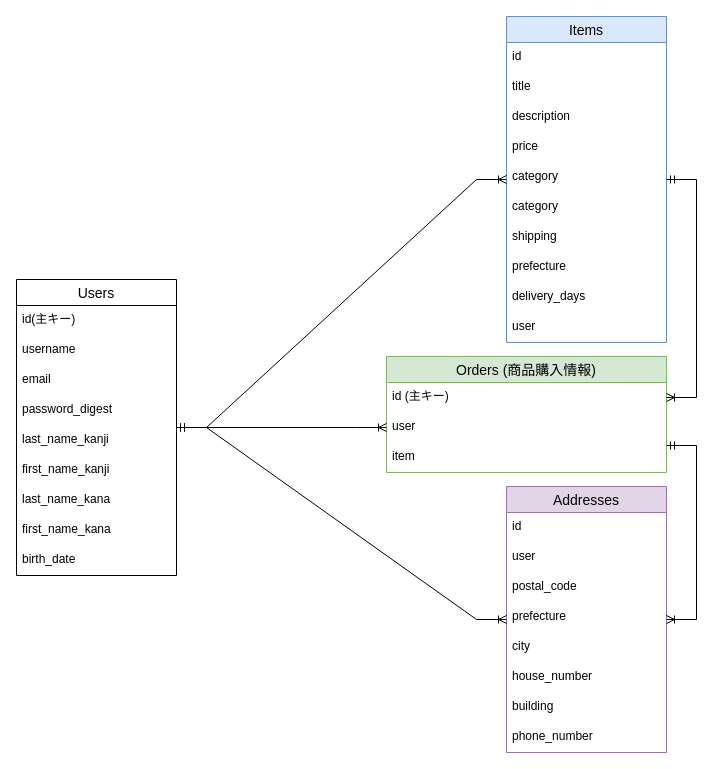
IP-C/furima-39441-d keeps this draw.io diagram as test.dio. Above is the earlier version. Source tidied: cells renumbered, new cells numbered last; positions are measured from the earlier drawing's top-left corner, leaving out a move shared by most shapes. Both pictures are drawn from the tidied source at 100%, with x=0, y=0 at pixel (16, 16).
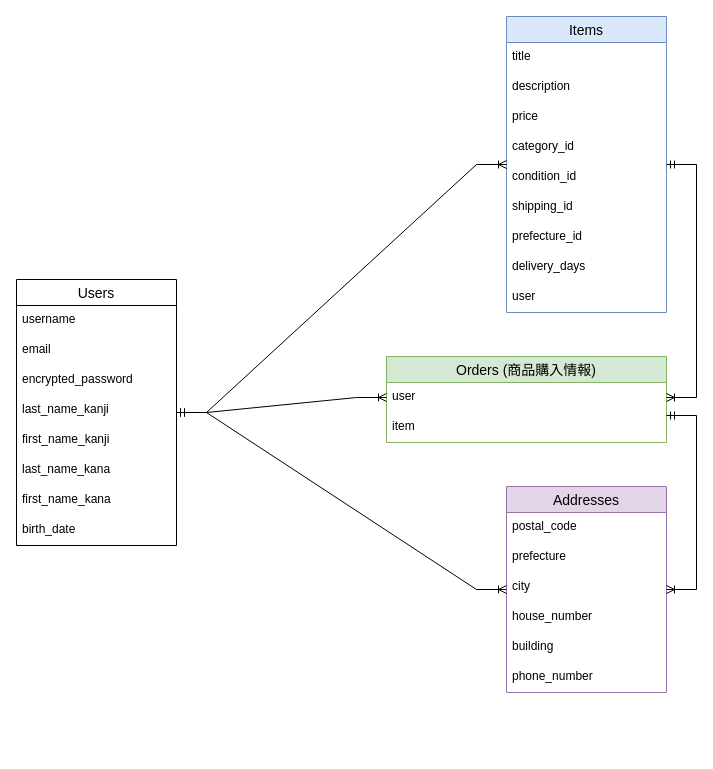
After the change.

Diff of the diagram source:
```diff
@@
     <mxCell id="2" value="Users" style="swimlane;fontStyle=0;horizontal=1;startSize=26;align=center;fontSize=14;" parent="1" vertex="1">
-      <mxGeometry y="263" width="160" height="296" as="geometry" />
+      <mxGeometry y="263" width="160" height="266" as="geometry" />
     </mxCell>
-    <mxCell id="3" value="id(主キー)" style="text;strokeColor=none;fillColor=none;spacingLeft=4;spacingRight=4;overflow=hidden;fontSize=12;" parent="2" vertex="1">
-      <mxGeometry y="26" width="160" height="30" as="geometry" />
-    </mxCell>
     <mxCell id="4" value="username" style="text;strokeColor=none;fillColor=none;spacingLeft=4;spacingRight=4;overflow=hidden;fontSize=12;" parent="2" vertex="1">
-      <mxGeometry y="56" width="160" height="30" as="geometry" />
+      <mxGeometry y="26" width="160" height="30" as="geometry" />
     </mxCell>
     <mxCell id="5" value="email" style="text;strokeColor=none;fillColor=none;spacingLeft=4;spacingRight=4;overflow=hidden;fontSize=12;" parent="2" vertex="1">
-      <mxGeometry y="86" width="160" height="30" as="geometry" />
+      <mxGeometry y="56" width="160" height="30" as="geometry" />
     </mxCell>
-    <mxCell id="6" value="password_digest" style="text;strokeColor=none;fillColor=none;spacingLeft=4;spacingRight=4;overflow=hidden;fontSize=12;" parent="2" vertex="1">
-      <mxGeometry y="116" width="160" height="30" as="geometry" />
+    <mxCell id="6" value="encrypted_password" style="text;strokeColor=none;fillColor=none;spacingLeft=4;spacingRight=4;overflow=hidden;fontSize=12;" parent="2" vertex="1">
+      <mxGeometry y="86" width="160" height="30" as="geometry" />
     </mxCell>
     <mxCell id="7" value="last_name_kanji" style="text;strokeColor=none;fillColor=none;spacingLeft=4;spacingRight=4;overflow=hidden;fontSize=12;fontFamily=Helvetica;fontColor=default;" parent="2" vertex="1">
-      <mxGeometry y="146" width="160" height="30" as="geometry" />
+      <mxGeometry y="116" width="160" height="30" as="geometry" />
     </mxCell>
     <mxCell id="8" value="first_name_kanji" style="text;strokeColor=none;fillColor=none;spacingLeft=4;spacingRight=4;overflow=hidden;fontSize=12;fontFamily=Helvetica;fontColor=default;" parent="2" vertex="1">
-      <mxGeometry y="176" width="160" height="30" as="geometry" />
+      <mxGeometry y="146" width="160" height="30" as="geometry" />
     </mxCell>
     <mxCell id="9" value="last_name_kana" style="text;strokeColor=none;fillColor=none;spacingLeft=4;spacingRight=4;overflow=hidden;fontSize=12;fontFamily=Helvetica;fontColor=default;" parent="2" vertex="1">
-      <mxGeometry y="206" width="160" height="30" as="geometry" />
+      <mxGeometry y="176" width="160" height="30" as="geometry" />
     </mxCell>
     <mxCell id="10" value="first_name_kana" style="text;strokeColor=none;fillColor=none;spacingLeft=4;spacingRight=4;overflow=hidden;fontSize=12;fontFamily=Helvetica;fontColor=default;" parent="2" vertex="1">
-      <mxGeometry y="236" width="160" height="30" as="geometry" />
+      <mxGeometry y="206" width="160" height="30" as="geometry" />
     </mxCell>
     <mxCell id="11" value="birth_date" style="text;strokeColor=none;fillColor=none;spacingLeft=4;spacingRight=4;overflow=hidden;fontSize=12;fontFamily=Helvetica;fontColor=default;" parent="2" vertex="1">
-      <mxGeometry y="266" width="160" height="30" as="geometry" />
+      <mxGeometry y="236" width="160" height="30" as="geometry" />
     </mxCell>
     <mxCell id="12" value="Items" style="swimlane;fontStyle=0;horizontal=1;startSize=26;align=center;fontSize=14;fillColor=#dae8fc;strokeColor=#6c8ebf;" parent="1" vertex="1">
-      <mxGeometry x="490" width="160" height="326" as="geometry" />
+      <mxGeometry x="490" width="160" height="296" as="geometry" />
     </mxCell>
-    <mxCell id="13" value="id" style="text;strokeColor=none;fillColor=none;spacingLeft=4;spacingRight=4;overflow=hidden;fontSize=12;" parent="12" vertex="1">
-      <mxGeometry y="26" width="160" height="30" as="geometry" />
-    </mxCell>
     <mxCell id="14" value="title" style="text;strokeColor=none;fillColor=none;spacingLeft=4;spacingRight=4;overflow=hidden;fontSize=12;" parent="12" vertex="1">
-      <mxGeometry y="56" width="160" height="30" as="geometry" />
+      <mxGeometry y="26" width="160" height="30" as="geometry" />
     </mxCell>
     <mxCell id="15" value="description" style="text;strokeColor=none;fillColor=none;spacingLeft=4;spacingRight=4;overflow=hidden;fontSize=12;" parent="12" vertex="1">
-      <mxGeometry y="86" width="160" height="30" as="geometry" />
+      <mxGeometry y="56" width="160" height="30" as="geometry" />
     </mxCell>
     <mxCell id="16" value="price" style="text;strokeColor=none;fillColor=none;spacingLeft=4;spacingRight=4;overflow=hidden;fontSize=12;" parent="12" vertex="1">
-      <mxGeometry y="116" width="160" height="30" as="geometry" />
+      <mxGeometry y="86" width="160" height="30" as="geometry" />
     </mxCell>
-    <mxCell id="17" value="category" style="text;strokeColor=none;fillColor=none;spacingLeft=4;spacingRight=4;overflow=hidden;fontSize=12;fontFamily=Helvetica;fontColor=default;" parent="12" vertex="1">
-      <mxGeometry y="146" width="160" height="30" as="geometry" />
+    <mxCell id="17" value="category_id" style="text;strokeColor=none;fillColor=none;spacingLeft=4;spacingRight=4;overflow=hidden;fontSize=12;fontFamily=Helvetica;fontColor=default;" parent="12" vertex="1">
+      <mxGeometry y="116" width="160" height="30" as="geometry" />
     </mxCell>
-    <mxCell id="18" value="category" style="text;strokeColor=none;fillColor=none;spacingLeft=4;spacingRight=4;overflow=hidden;fontSize=12;fontFamily=Helvetica;fontColor=default;" parent="12" vertex="1">
-      <mxGeometry y="176" width="160" height="30" as="geometry" />
+    <mxCell id="18" value="condition_id" style="text;strokeColor=none;fillColor=none;spacingLeft=4;spacingRight=4;overflow=hidden;fontSize=12;fontFamily=Helvetica;fontColor=default;" parent="12" vertex="1">
+      <mxGeometry y="146" width="160" height="30" as="geometry" />
     </mxCell>
-    <mxCell id="19" value="shipping" style="text;strokeColor=none;fillColor=none;spacingLeft=4;spacingRight=4;overflow=hidden;fontSize=12;fontFamily=Helvetica;fontColor=default;" parent="12" vertex="1">
-      <mxGeometry y="206" width="160" height="30" as="geometry" />
+    <mxCell id="19" value="shipping_id" style="text;strokeColor=none;fillColor=none;spacingLeft=4;spacingRight=4;overflow=hidden;fontSize=12;fontFamily=Helvetica;fontColor=default;" parent="12" vertex="1">
+      <mxGeometry y="176" width="160" height="30" as="geometry" />
     </mxCell>
-    <mxCell id="20" value="prefecture" style="text;strokeColor=none;fillColor=none;spacingLeft=4;spacingRight=4;overflow=hidden;fontSize=12;fontFamily=Helvetica;fontColor=default;" parent="12" vertex="1">
-      <mxGeometry y="236" width="160" height="30" as="geometry" />
+    <mxCell id="20" value="prefecture_id" style="text;strokeColor=none;fillColor=none;spacingLeft=4;spacingRight=4;overflow=hidden;fontSize=12;fontFamily=Helvetica;fontColor=default;" parent="12" vertex="1">
+      <mxGeometry y="206" width="160" height="30" as="geometry" />
     </mxCell>
     <mxCell id="21" value="delivery_days" style="text;strokeColor=none;fillColor=none;spacingLeft=4;spacingRight=4;overflow=hidden;fontSize=12;fontFamily=Helvetica;fontColor=default;" parent="12" vertex="1">
-      <mxGeometry y="266" width="160" height="30" as="geometry" />
+      <mxGeometry y="236" width="160" height="30" as="geometry" />
     </mxCell>
     <mxCell id="22" value="user" style="text;strokeColor=none;fillColor=none;spacingLeft=4;spacingRight=4;overflow=hidden;fontSize=12;" parent="12" vertex="1">
-      <mxGeometry y="296" width="160" height="30" as="geometry" />
+      <mxGeometry y="266" width="160" height="30" as="geometry" />
     </mxCell>
     <mxCell id="23" value="Orders (商品購入情報)" style="swimlane;fontStyle=0;horizontal=1;startSize=26;align=center;fontSize=14;fillColor=#d5e8d4;strokeColor=#82b366;" parent="1" vertex="1">
-      <mxGeometry x="370" y="340" width="280" height="116" as="geometry" />
+      <mxGeometry x="370" y="340" width="280" height="86" as="geometry" />
     </mxCell>
-    <mxCell id="24" value="id (主キー)" style="text;strokeColor=none;fillColor=none;spacingLeft=4;spacingRight=4;overflow=hidden;points=[[0,0.5],[1,0.5]];portConstraint=eastwest;fontSize=12;" parent="23" vertex="1">
-      <mxGeometry y="26" width="280" height="30" as="geometry" />
-    </mxCell>
     <mxCell id="25" value="user" style="text;strokeColor=none;fillColor=none;spacingLeft=4;spacingRight=4;overflow=hidden;points=[[0,0.5],[1,0.5]];portConstraint=eastwest;fontSize=12;" parent="23" vertex="1">
-      <mxGeometry y="56" width="280" height="30" as="geometry" />
+      <mxGeometry y="26" width="280" height="30" as="geometry" />
     </mxCell>
     <mxCell id="26" value="item" style="text;strokeColor=none;fillColor=none;spacingLeft=4;spacingRight=4;overflow=hidden;points=[[0,0.5],[1,0.5]];portConstraint=eastwest;fontSize=12;" parent="23" vertex="1">
-      <mxGeometry y="86" width="280" height="30" as="geometry" />
+      <mxGeometry y="56" width="280" height="30" as="geometry" />
     </mxCell>
     <mxCell id="27" value="Addresses" style="swimlane;fontStyle=0;horizontal=1;startSize=26;align=center;fontSize=14;fontFamily=Helvetica;fillColor=#e1d5e7;strokeColor=#9673a6;" parent="1" vertex="1">
-      <mxGeometry x="490" y="470" width="160" height="266" as="geometry" />
+      <mxGeometry x="490" y="470" width="160" height="206" as="geometry" />
     </mxCell>
-    <mxCell id="28" value="id" style="text;strokeColor=none;fillColor=none;spacingLeft=4;spacingRight=4;overflow=hidden;fontSize=12;fontFamily=Helvetica;fontColor=default;" parent="27" vertex="1">
-      <mxGeometry y="26" width="160" height="30" as="geometry" />
-    </mxCell>
-    <mxCell id="29" value="user" style="text;strokeColor=none;fillColor=none;spacingLeft=4;spacingRight=4;overflow=hidden;fontSize=12;fontFamily=Helvetica;fontColor=default;" parent="27" vertex="1">
-      <mxGeometry y="56" width="160" height="30" as="geometry" />
-    </mxCell>
     <mxCell id="30" value="postal_code" style="text;strokeColor=none;fillColor=none;spacingLeft=4;spacingRight=4;overflow=hidden;fontSize=12;fontFamily=Helvetica;fontColor=default;" parent="27" vertex="1">
-      <mxGeometry y="86" width="160" height="30" as="geometry" />
+      <mxGeometry y="26" width="160" height="30" as="geometry" />
     </mxCell>
     <mxCell id="31" value="prefecture" style="text;strokeColor=none;fillColor=none;spacingLeft=4;spacingRight=4;overflow=hidden;fontSize=12;fontFamily=Helvetica;fontColor=default;" parent="27" vertex="1">
-      <mxGeometry y="116" width="160" height="30" as="geometry" />
+      <mxGeometry y="56" width="160" height="30" as="geometry" />
     </mxCell>
     <mxCell id="32" value="city" style="text;strokeColor=none;fillColor=none;spacingLeft=4;spacingRight=4;overflow=hidden;fontSize=12;fontFamily=Helvetica;fontColor=default;" parent="27" vertex="1">
-      <mxGeometry y="146" width="160" height="30" as="geometry" />
+      <mxGeometry y="86" width="160" height="30" as="geometry" />
     </mxCell>
     <mxCell id="33" value="house_number" style="text;strokeColor=none;fillColor=none;spacingLeft=4;spacingRight=4;overflow=hidden;fontSize=12;fontFamily=Helvetica;fontColor=default;" parent="27" vertex="1">
-      <mxGeometry y="176" width="160" height="30" as="geometry" />
+      <mxGeometry y="116" width="160" height="30" as="geometry" />
     </mxCell>
     <mxCell id="34" value="building" style="text;strokeColor=none;fillColor=none;spacingLeft=4;spacingRight=4;overflow=hidden;fontSize=12;fontFamily=Helvetica;fontColor=default;" parent="27" vertex="1">
-      <mxGeometry y="206" width="160" height="30" as="geometry" />
+      <mxGeometry y="146" width="160" height="30" as="geometry" />
     </mxCell>
     <mxCell id="35" value="phone_number" style="text;strokeColor=none;fillColor=none;spacingLeft=4;spacingRight=4;overflow=hidden;fontSize=12;fontFamily=Helvetica;fontColor=default;" parent="27" vertex="1">
-      <mxGeometry y="236" width="160" height="30" as="geometry" />
+      <mxGeometry y="176" width="160" height="30" as="geometry" />
     </mxCell>
@@
-    <mxCell id="39" style="edgeStyle=entityRelationEdgeStyle;fontSize=12;html=1;endArrow=ERoneToMany;startArrow=ERmandOne;rounded=0;labelBackgroundColor=default;strokeColor=default;fontFamily=Helvetica;fontColor=default;shape=connector;entryX=1;entryY=0.5;entryDx=0;entryDy=0;" parent="1" edge="1" source="12" target="24">
+    <mxCell id="39" style="edgeStyle=entityRelationEdgeStyle;fontSize=12;html=1;endArrow=ERoneToMany;startArrow=ERmandOne;rounded=0;labelBackgroundColor=default;strokeColor=default;fontFamily=Helvetica;fontColor=default;shape=connector;" parent="1" edge="1" source="12" target="25">
       <mxGeometry relative="1" as="geometry" />
     </mxCell>
```
